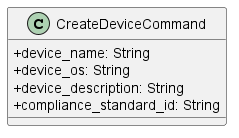
Before: src/PB/DocumentazioneEsterna/Specifica_Tecnica/content/uml/png/CreateDevice/CreateDeviceCommand.png, a diagram exported from PlantUML (GroupRubberDuck/Documentazione). Its diagram source:
```plantuml
@startuml
skinparam classAttributeIconSize 0

class CreateDeviceCommand {
    + device_name: String
    + device_os: String
    + device_description: String
    + compliance_standard_id: String
}
@enduml
```
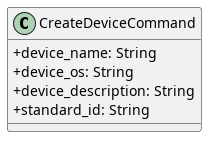
The same file after the commit.

Change to the diagram source:
```diff
@@ -1,10 +1,10 @@
-@startuml
+@startuml CreateDeviceCommand
 skinparam classAttributeIconSize 0
 
 class CreateDeviceCommand {
     + device_name: String
     + device_os: String
     + device_description: String
-    + compliance_standard_id: String
+    + standard_id: String
 }
 @enduml
```
